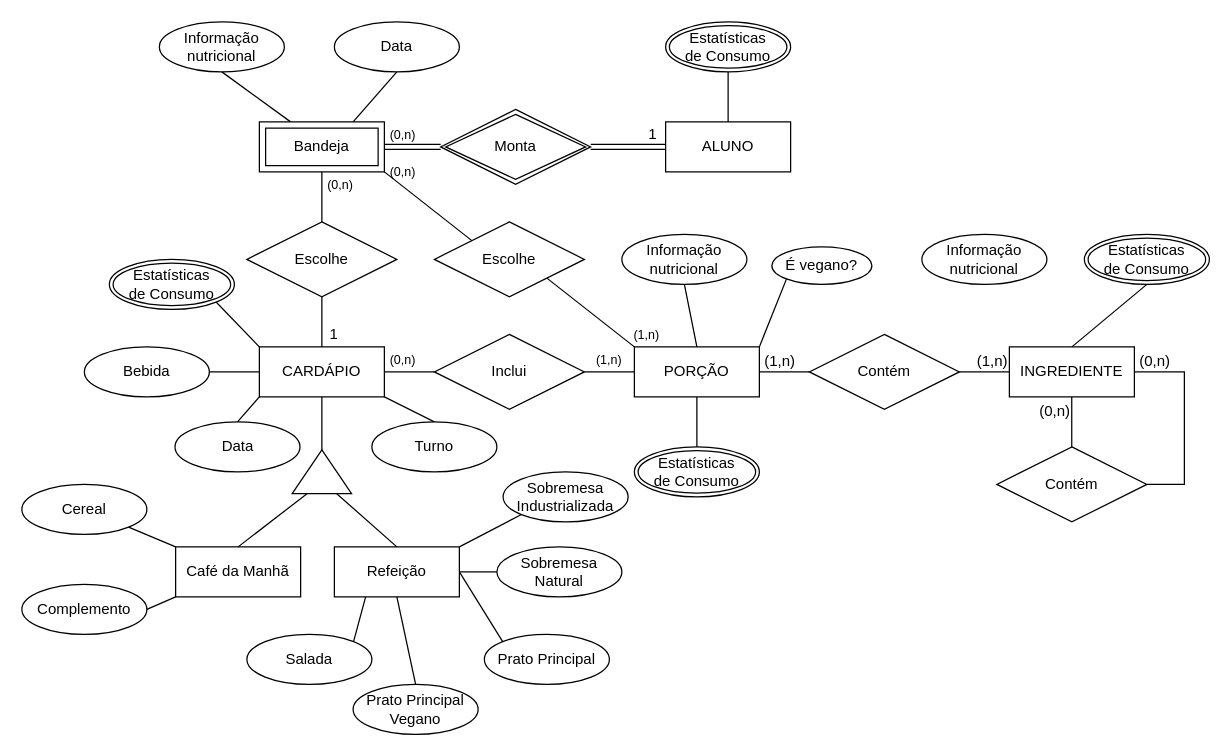
Earlier version of the draw.io diagram lab02/extra/lab02_ER.drawio (uniaovasko/vasco). Source tidied: cells renumbered, new cells numbered last; positions are measured from the earlier drawing's top-left corner, leaving out a move shared by most shapes. Both pictures are drawn from the tidied source at 125%, with x=0, y=0 at pixel (21, 21).
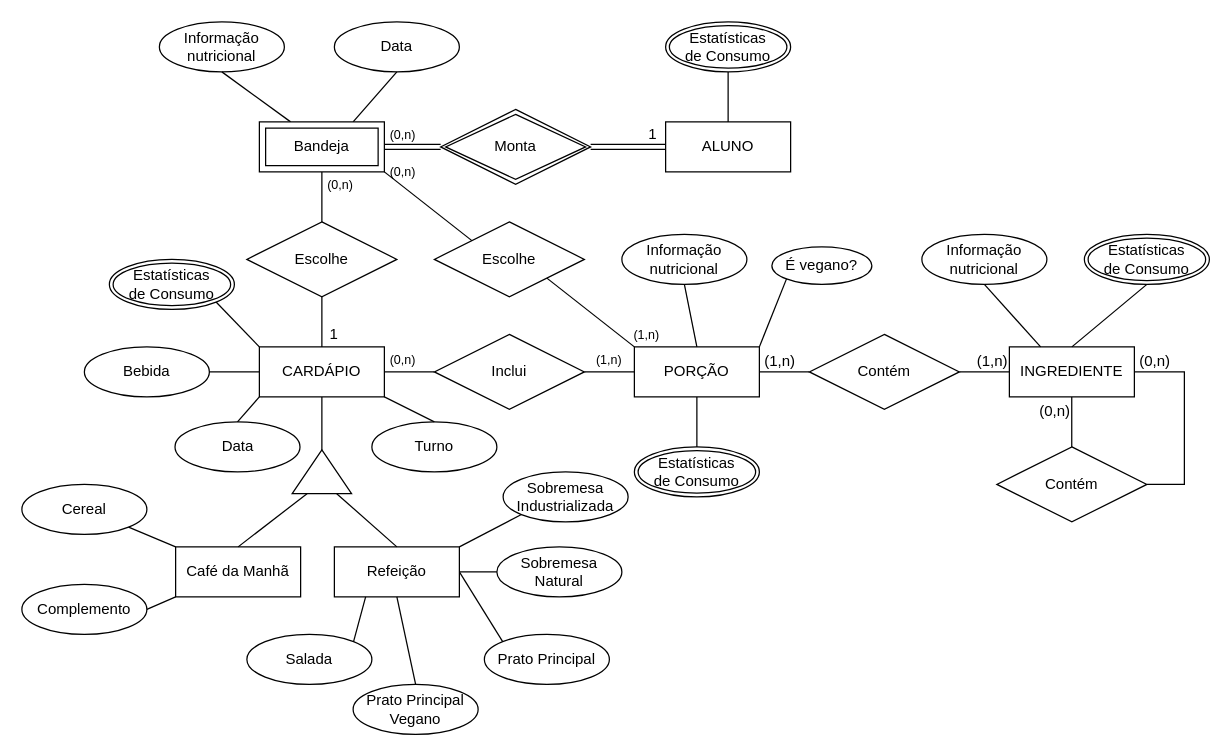
Above is the later version.

Commit message (it also covers changes not shown here):
consertado erro no ER

Unchanged cells that the change refers to:
```xml
<mxCell id="5" value="INGREDIENTE" style="whiteSpace=wrap;html=1;align=center;" parent="1" vertex="1">
  <mxGeometry x="790" y="260" width="100" height="40" as="geometry" />
</mxCell>
<mxCell id="79" value="Informação nutricional" style="ellipse;whiteSpace=wrap;html=1;align=center;" parent="1" vertex="1">
  <mxGeometry x="720" y="170" width="100" height="40" as="geometry" />
</mxCell>
```

What changed in the source:
```diff
@@
+    <mxCell id="80" style="endArrow=none;html=1;rounded=0;exitX=0.5;exitY=1;exitDx=0;exitDy=0;entryX=0.25;entryY=0;entryDx=0;entryDy=0;" parent="1" edge="1" source="79" target="5">
+      <mxGeometry relative="1" as="geometry" />
+    </mxCell>
```
